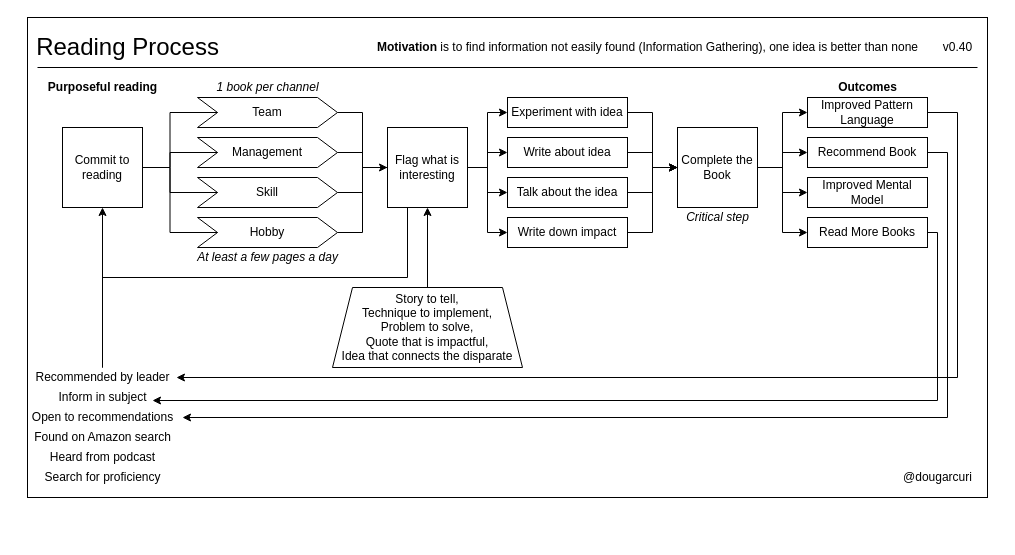
This is books/diagrams/reading-process.drawio from solidi/learning-notes, a draw.io file, before an edit. Source tidied: cells renumbered, new cells numbered last; positions are measured from the earlier drawing's top-left corner, leaving out a move shared by most shapes. Both pictures are drawn from the tidied source at 100%, with x=0, y=0 at pixel (22, 17).
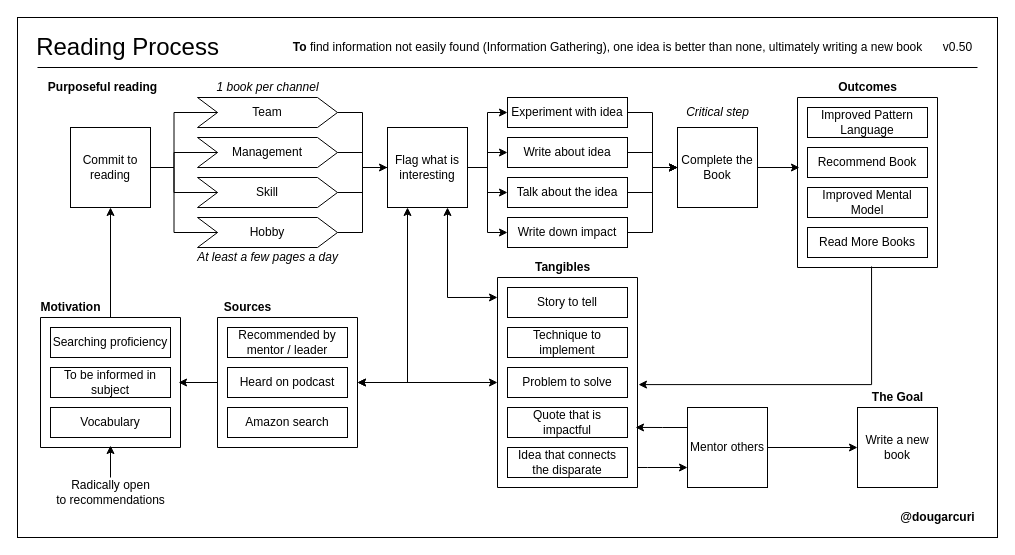
The same diagram, later.

Commit message (it also covers changes not shown here):
Add updates to reading process with motivations and outcomes

The change refers to these unchanged cells:
```xml
<mxCell id="19" value="Flag what is interesting" style="whiteSpace=wrap;html=1;" parent="1" vertex="1">
  <mxGeometry x="365" y="110" width="80" height="80" as="geometry" />
</mxCell>
<mxCell id="50" value="Complete the Book" style="whiteSpace=wrap;html=1;" parent="1" vertex="1">
  <mxGeometry x="655" y="110" width="80" height="80" as="geometry" />
</mxCell>
```

Diff of the diagram source:
```diff
@@
     <mxCell id="2" style="rounded=0;whiteSpace=wrap;html=1;fillColor=none;" parent="1" vertex="1">
-      <mxGeometry x="5" width="960" height="480" as="geometry" />
+      <mxGeometry x="-5" width="980" height="520" as="geometry" />
     </mxCell>
+    <mxCell id="61" style="edgeStyle=orthogonalEdgeStyle;rounded=0;jettySize=auto;html=1;entryX=1.007;entryY=0.51;entryDx=0;entryDy=0;entryPerimeter=0;startArrow=none;startFill=0;endArrow=classic;endFill=1;exitX=0.529;exitY=0.994;exitDx=0;exitDy=0;exitPerimeter=0;" parent="1" edge="1" source="62" target="64">
+      <mxGeometry relative="1" as="geometry">
+        <Array as="points">
+          <mxPoint x="849" y="367" />
+        </Array>
+      </mxGeometry>
+    </mxCell>
+    <mxCell id="62" style="verticalLabelPosition=bottom;verticalAlign=top;html=1;shape=mxgraph.basic.rect;fillColor2=none;strokeWidth=1;size=20;indent=5;fillColor=none;" parent="1" vertex="1">
+      <mxGeometry x="775" y="80" width="140" height="170" as="geometry" />
+    </mxCell>
+    <mxCell id="63" style="edgeStyle=orthogonalEdgeStyle;rounded=0;jettySize=auto;html=1;entryX=0;entryY=0.75;entryDx=0;entryDy=0;startArrow=none;startFill=0;endArrow=classic;endFill=1;" parent="1" edge="1" source="64" target="79">
+      <mxGeometry relative="1" as="geometry">
+        <Array as="points">
+          <mxPoint x="625" y="450" />
+          <mxPoint x="625" y="450" />
+        </Array>
+      </mxGeometry>
+    </mxCell>
+    <mxCell id="64" style="verticalLabelPosition=bottom;verticalAlign=top;html=1;shape=mxgraph.basic.rect;fillColor2=none;strokeWidth=1;size=20;indent=5;fillColor=none;" parent="1" vertex="1">
+      <mxGeometry x="475" y="260" width="140" height="210" as="geometry" />
+    </mxCell>
@@
     <mxCell id="7" value="Commit to reading" style="whiteSpace=wrap;html=1;" parent="1" vertex="1">
-      <mxGeometry x="40" y="110" width="80" height="80" as="geometry" />
+      <mxGeometry x="48" y="110" width="80" height="80" as="geometry" />
     </mxCell>
-    <mxCell id="8" style="edgeStyle=orthogonalEdgeStyle;rounded=0;jettySize=auto;html=1;entryX=0.5;entryY=1;entryDx=0;entryDy=0;endArrow=classic;endFill=1;" parent="1" edge="1" source="9" target="7">
-      <mxGeometry relative="1" as="geometry" />
-    </mxCell>
-    <mxCell id="9" value="Recommended by leader" style="text;html=1;align=center;verticalAlign=middle;points=[];" parent="1" vertex="1">
-      <mxGeometry x="5" y="350" width="150" height="20" as="geometry" />
-    </mxCell>
-    <mxCell id="10" value="Inform in subject" style="text;html=1;align=center;verticalAlign=middle;points=[];" parent="1" vertex="1">
-      <mxGeometry x="30" y="370" width="100" height="20" as="geometry" />
-    </mxCell>
-    <mxCell id="11" value="&lt;b&gt;Motivation &lt;/b&gt;is&amp;nbsp;to find information not easily found (Information Gathering), one idea is better than none" style="text;html=1;align=center;verticalAlign=middle;" parent="1" vertex="1">
-      <mxGeometry x="345" y="20" width="560" height="20" as="geometry" />
+    <mxCell id="11" value="&lt;b&gt;To&lt;/b&gt; find information not easily found (Information Gathering), one idea is better than none, ultimately writing a new book" style="text;html=1;align=center;verticalAlign=middle;" parent="1" vertex="1">
+      <mxGeometry x="265" y="20" width="640" height="20" as="geometry" />
     </mxCell>
@@
-    <mxCell id="14" style="edgeStyle=orthogonalEdgeStyle;rounded=0;jettySize=auto;html=1;exitX=0.25;exitY=1;exitDx=0;exitDy=0;endArrow=none;endFill=0;" parent="1" edge="1" source="19" target="9">
-      <mxGeometry relative="1" as="geometry">
-        <Array as="points">
-          <mxPoint x="385" y="260" />
-          <mxPoint x="80" y="260" />
-        </Array>
-      </mxGeometry>
-    </mxCell>
@@
+    <mxCell id="65" style="edgeStyle=orthogonalEdgeStyle;rounded=0;jettySize=auto;html=1;exitX=0.25;exitY=1;exitDx=0;exitDy=0;entryX=1;entryY=0.5;entryDx=0;entryDy=0;entryPerimeter=0;startArrow=classic;startFill=1;endArrow=classic;endFill=1;" parent="1" edge="1" source="19" target="89">
+      <mxGeometry relative="1" as="geometry" />
+    </mxCell>
@@
-    <mxCell id="24" value="v0.40" style="text;html=1;align=center;verticalAlign=middle;" parent="1" vertex="1">
+    <mxCell id="24" value="v0.50" style="text;html=1;align=center;verticalAlign=middle;" parent="1" vertex="1">
       <mxGeometry x="915" y="20" width="40" height="20" as="geometry" />
     </mxCell>
-    <mxCell id="25" value="@dougarcuri" style="text;html=1;align=center;verticalAlign=middle;" parent="1" vertex="1">
-      <mxGeometry x="875" y="450" width="80" height="20" as="geometry" />
+    <mxCell id="25" value="&lt;b&gt;@dougarcuri&lt;/b&gt;" style="text;html=1;align=center;verticalAlign=middle;" parent="1" vertex="1">
+      <mxGeometry x="870" y="490" width="90" height="20" as="geometry" />
     </mxCell>
@@
+    <mxCell id="66" style="edgeStyle=orthogonalEdgeStyle;rounded=0;jettySize=auto;html=1;entryX=0.5;entryY=0.985;entryDx=0;entryDy=0;entryPerimeter=0;startArrow=none;startFill=0;endArrow=classic;endFill=1;" parent="1" edge="1" source="31" target="83">
+      <mxGeometry relative="1" as="geometry" />
+    </mxCell>
-    <mxCell id="31" value="Open to recommendations" style="text;html=1;align=center;verticalAlign=middle;points=[];" parent="1" vertex="1">
-      <mxGeometry y="390" width="160" height="20" as="geometry" />
+    <mxCell id="31" value="Radically open&lt;br&gt;to recommendations" style="text;html=1;align=center;verticalAlign=middle;points=[];" parent="1" vertex="1">
+      <mxGeometry x="28" y="460" width="120" height="30" as="geometry" />
     </mxCell>
-    <mxCell id="32" value="Found on Amazon search" style="text;html=1;align=center;verticalAlign=middle;" parent="1" vertex="1">
-      <mxGeometry x="5" y="410" width="150" height="20" as="geometry" />
-    </mxCell>
@@
-    <mxCell id="35" value="Heard from podcast" style="text;html=1;align=center;verticalAlign=middle;" parent="1" vertex="1">
-      <mxGeometry x="20" y="430" width="120" height="20" as="geometry" />
-    </mxCell>
-    <mxCell id="36" style="edgeStyle=orthogonalEdgeStyle;rounded=0;jettySize=auto;html=1;exitX=0.5;exitY=0;exitDx=0;exitDy=0;endArrow=classic;endFill=1;" parent="1" edge="1" source="37" target="19">
-      <mxGeometry relative="1" as="geometry" />
-    </mxCell>
-    <mxCell id="37" value="Story to tell,&lt;br&gt;&lt;span&gt;Technique to implement,&lt;br&gt;&lt;/span&gt;&lt;span&gt;Problem to solve,&lt;br&gt;&lt;/span&gt;&lt;span&gt;Quote that is impactful,&lt;br&gt;Idea that connects the disparate&lt;br&gt;&lt;/span&gt;" style="shape=trapezoid;perimeter=trapezoidPerimeter;whiteSpace=wrap;html=1;fixedSize=1;fillColor=none;" parent="1" vertex="1">
-      <mxGeometry x="310" y="270" width="190" height="80" as="geometry" />
-    </mxCell>
@@
-    <mxCell id="39" style="edgeStyle=orthogonalEdgeStyle;rounded=0;jettySize=auto;html=1;exitX=1;exitY=0.5;exitDx=0;exitDy=0;entryX=0.993;entryY=0.5;entryDx=0;entryDy=0;entryPerimeter=0;endArrow=classic;endFill=1;" parent="1" edge="1" source="40" target="9">
-      <mxGeometry relative="1" as="geometry">
-        <Array as="points">
-          <mxPoint x="935" y="95" />
-          <mxPoint x="935" y="360" />
-        </Array>
-      </mxGeometry>
-    </mxCell>
     <mxCell id="40" value="Improved Pattern Language" style="rounded=0;whiteSpace=wrap;html=1;" parent="1" vertex="1">
-      <mxGeometry x="785" y="80" width="120" height="30" as="geometry" />
+      <mxGeometry x="785" y="90" width="120" height="30" as="geometry" />
     </mxCell>
-    <mxCell id="41" style="edgeStyle=orthogonalEdgeStyle;rounded=0;jettySize=auto;html=1;exitX=1;exitY=0.5;exitDx=0;exitDy=0;entryX=1;entryY=0.5;entryDx=0;entryDy=0;entryPerimeter=0;endArrow=classic;endFill=1;" parent="1" edge="1" source="42" target="31">
-      <mxGeometry relative="1" as="geometry" />
-    </mxCell>
     <mxCell id="42" value="Recommend Book" style="rounded=0;whiteSpace=wrap;html=1;" parent="1" vertex="1">
-      <mxGeometry x="785" y="120" width="120" height="30" as="geometry" />
+      <mxGeometry x="785" y="130" width="120" height="30" as="geometry" />
     </mxCell>
     <mxCell id="43" value="Improved Mental Model" style="rounded=0;whiteSpace=wrap;html=1;" parent="1" vertex="1">
-      <mxGeometry x="785" y="160" width="120" height="30" as="geometry" />
+      <mxGeometry x="785" y="170" width="120" height="30" as="geometry" />
     </mxCell>
-    <mxCell id="44" style="edgeStyle=orthogonalEdgeStyle;rounded=0;jettySize=auto;html=1;exitX=1;exitY=0.5;exitDx=0;exitDy=0;entryX=1;entryY=0.65;entryDx=0;entryDy=0;entryPerimeter=0;endArrow=classic;endFill=1;" parent="1" edge="1" source="45" target="10">
-      <mxGeometry relative="1" as="geometry">
-        <Array as="points">
-          <mxPoint x="915" y="215" />
-          <mxPoint x="915" y="383" />
-        </Array>
-      </mxGeometry>
-    </mxCell>
     <mxCell id="45" value="Read More Books" style="rounded=0;whiteSpace=wrap;html=1;" parent="1" vertex="1">
-      <mxGeometry x="785" y="200" width="120" height="30" as="geometry" />
+      <mxGeometry x="785" y="210" width="120" height="30" as="geometry" />
     </mxCell>
-    <mxCell id="46" style="edgeStyle=orthogonalEdgeStyle;rounded=0;jettySize=auto;html=1;exitX=1;exitY=0.5;exitDx=0;exitDy=0;entryX=0;entryY=0.5;entryDx=0;entryDy=0;endArrow=classic;endFill=1;" parent="1" edge="1" source="50" target="40">
-      <mxGeometry relative="1" as="geometry" />
-    </mxCell>
-    <mxCell id="47" style="edgeStyle=orthogonalEdgeStyle;rounded=0;jettySize=auto;html=1;exitX=1;exitY=0.5;exitDx=0;exitDy=0;entryX=0;entryY=0.5;entryDx=0;entryDy=0;endArrow=classic;endFill=1;" parent="1" edge="1" source="50" target="42">
-      <mxGeometry relative="1" as="geometry" />
-    </mxCell>
-    <mxCell id="48" style="edgeStyle=orthogonalEdgeStyle;rounded=0;jettySize=auto;html=1;exitX=1;exitY=0.5;exitDx=0;exitDy=0;entryX=0;entryY=0.5;entryDx=0;entryDy=0;endArrow=classic;endFill=1;" parent="1" edge="1" source="50" target="43">
-      <mxGeometry relative="1" as="geometry" />
-    </mxCell>
-    <mxCell id="49" style="edgeStyle=orthogonalEdgeStyle;rounded=0;jettySize=auto;html=1;exitX=1;exitY=0.5;exitDx=0;exitDy=0;entryX=0;entryY=0.5;entryDx=0;entryDy=0;endArrow=classic;endFill=1;" parent="1" edge="1" source="50" target="45">
-      <mxGeometry relative="1" as="geometry" />
-    </mxCell>
+    <mxCell id="67" style="edgeStyle=orthogonalEdgeStyle;rounded=0;jettySize=auto;html=1;exitX=1;exitY=0.5;exitDx=0;exitDy=0;entryX=0.014;entryY=0.412;entryDx=0;entryDy=0;entryPerimeter=0;startArrow=none;startFill=0;endArrow=classic;endFill=1;" parent="1" edge="1" source="50" target="62">
+      <mxGeometry relative="1" as="geometry" />
+    </mxCell>
@@
     <mxCell id="59" value="&lt;i&gt;Critical step&lt;/i&gt;" style="text;html=1;align=center;verticalAlign=middle;" parent="1" vertex="1">
-      <mxGeometry x="655" y="190" width="80" height="20" as="geometry" />
+      <mxGeometry x="655" y="85" width="80" height="20" as="geometry" />
     </mxCell>
-    <mxCell id="60" value="Search for proficiency" style="text;html=1;align=center;verticalAlign=middle;" parent="1" vertex="1">
-      <mxGeometry x="15" y="450" width="130" height="20" as="geometry" />
-    </mxCell>
+    <mxCell id="68" value="Story to tell" style="rounded=0;whiteSpace=wrap;html=1;" parent="1" vertex="1">
+      <mxGeometry x="485" y="270" width="120" height="30" as="geometry" />
+    </mxCell>
+    <mxCell id="69" value="Technique to implement" style="rounded=0;whiteSpace=wrap;html=1;" parent="1" vertex="1">
+      <mxGeometry x="485" y="310" width="120" height="30" as="geometry" />
+    </mxCell>
+    <mxCell id="70" value="Problem to solve" style="rounded=0;whiteSpace=wrap;html=1;" parent="1" vertex="1">
+      <mxGeometry x="485" y="350" width="120" height="30" as="geometry" />
+    </mxCell>
+    <mxCell id="71" value="Quote that is impactful" style="rounded=0;whiteSpace=wrap;html=1;" parent="1" vertex="1">
+      <mxGeometry x="485" y="390" width="120" height="30" as="geometry" />
+    </mxCell>
+    <mxCell id="72" value="Idea that connects the disparate" style="rounded=0;whiteSpace=wrap;html=1;" parent="1" vertex="1">
+      <mxGeometry x="485" y="430" width="120" height="30" as="geometry" />
+    </mxCell>
+    <mxCell id="73" value="&lt;b&gt;Tangibles&lt;/b&gt;" style="text;html=1;align=center;verticalAlign=middle;" parent="1" vertex="1">
+      <mxGeometry x="505" y="240" width="70" height="20" as="geometry" />
+    </mxCell>
+    <mxCell id="74" style="edgeStyle=orthogonalEdgeStyle;rounded=0;jettySize=auto;html=1;entryX=0.75;entryY=1;entryDx=0;entryDy=0;endArrow=classic;endFill=1;startArrow=classic;startFill=1;exitX=0;exitY=0.095;exitDx=0;exitDy=0;exitPerimeter=0;" parent="1" edge="1" source="64" target="19">
+      <mxGeometry relative="1" as="geometry" />
+    </mxCell>
+    <mxCell id="75" style="edgeStyle=orthogonalEdgeStyle;rounded=0;jettySize=auto;html=1;startArrow=classic;startFill=1;endArrow=classic;endFill=1;" parent="1" edge="1" source="89" target="64">
+      <mxGeometry relative="1" as="geometry" />
+    </mxCell>
+    <mxCell id="76" value="Write a new book" style="whiteSpace=wrap;html=1;" parent="1" vertex="1">
+      <mxGeometry x="835" y="390" width="80" height="80" as="geometry" />
+    </mxCell>
+    <mxCell id="77" style="edgeStyle=orthogonalEdgeStyle;rounded=0;jettySize=auto;html=1;exitX=0;exitY=0.25;exitDx=0;exitDy=0;entryX=0.986;entryY=0.714;entryDx=0;entryDy=0;entryPerimeter=0;startArrow=none;startFill=0;endArrow=classic;endFill=1;" parent="1" edge="1" source="79" target="64">
+      <mxGeometry relative="1" as="geometry" />
+    </mxCell>
+    <mxCell id="78" style="edgeStyle=orthogonalEdgeStyle;rounded=0;jettySize=auto;html=1;exitX=1;exitY=0.5;exitDx=0;exitDy=0;entryX=0;entryY=0.5;entryDx=0;entryDy=0;startArrow=none;startFill=0;endArrow=classic;endFill=1;" parent="1" edge="1" source="79" target="76">
+      <mxGeometry relative="1" as="geometry" />
+    </mxCell>
+    <mxCell id="79" value="Mentor others" style="whiteSpace=wrap;html=1;" parent="1" vertex="1">
+      <mxGeometry x="665" y="390" width="80" height="80" as="geometry" />
+    </mxCell>
+    <mxCell id="80" value="&lt;b&gt;The Goal&lt;/b&gt;" style="text;html=1;align=center;verticalAlign=middle;" parent="1" vertex="1">
+      <mxGeometry x="840" y="370" width="70" height="20" as="geometry" />
+    </mxCell>
+    <mxCell id="81" style="edgeStyle=orthogonalEdgeStyle;rounded=0;jettySize=auto;html=1;startArrow=none;startFill=0;endArrow=classic;endFill=1;" parent="1" edge="1" source="83" target="7">
+      <mxGeometry relative="1" as="geometry" />
+    </mxCell>
+    <mxCell id="82" style="group;" parent="1" vertex="1">
+      <mxGeometry x="8" y="280" width="150" height="150" as="geometry" />
+    </mxCell>
+    <mxCell id="83" style="verticalLabelPosition=bottom;verticalAlign=top;html=1;shape=mxgraph.basic.rect;fillColor2=none;strokeWidth=1;size=20;indent=5;fillColor=none;" parent="82" vertex="1">
+      <mxGeometry x="10" y="20" width="140" height="130" as="geometry" />
+    </mxCell>
+    <mxCell id="84" value="&lt;b&gt;Motivation&lt;/b&gt;" style="text;html=1;align=center;verticalAlign=middle;" parent="82" vertex="1">
+      <mxGeometry width="80" height="20" as="geometry" />
+    </mxCell>
+    <mxCell id="85" value="Searching proficiency" style="rounded=0;whiteSpace=wrap;html=1;" parent="82" vertex="1">
+      <mxGeometry x="20" y="30" width="120" height="30" as="geometry" />
+    </mxCell>
+    <mxCell id="86" value="To be informed in subject" style="rounded=0;whiteSpace=wrap;html=1;" parent="82" vertex="1">
+      <mxGeometry x="20" y="70" width="120" height="30" as="geometry" />
+    </mxCell>
+    <mxCell id="87" value="Vocabulary" style="rounded=0;whiteSpace=wrap;html=1;" parent="82" vertex="1">
+      <mxGeometry x="20" y="110" width="120" height="30" as="geometry" />
+    </mxCell>
+    <mxCell id="88" style="edgeStyle=orthogonalEdgeStyle;rounded=0;jettySize=auto;html=1;entryX=0.986;entryY=0.5;entryDx=0;entryDy=0;entryPerimeter=0;startArrow=none;startFill=0;endArrow=classic;endFill=1;" parent="1" edge="1" source="89" target="83">
+      <mxGeometry relative="1" as="geometry" />
+    </mxCell>
+    <mxCell id="89" style="verticalLabelPosition=bottom;verticalAlign=top;html=1;shape=mxgraph.basic.rect;fillColor2=none;strokeWidth=1;size=20;indent=5;fillColor=none;" parent="1" vertex="1">
+      <mxGeometry x="195" y="300" width="140" height="130" as="geometry" />
+    </mxCell>
+    <mxCell id="90" value="&lt;b&gt;Sources&lt;/b&gt;" style="text;html=1;align=center;verticalAlign=middle;" parent="1" vertex="1">
+      <mxGeometry x="195" y="280" width="60" height="20" as="geometry" />
+    </mxCell>
+    <mxCell id="91" value="Recommended by mentor / leader" style="rounded=0;whiteSpace=wrap;html=1;" parent="1" vertex="1">
+      <mxGeometry x="205" y="310" width="120" height="30" as="geometry" />
+    </mxCell>
+    <mxCell id="92" value="Heard on podcast" style="rounded=0;whiteSpace=wrap;html=1;" parent="1" vertex="1">
+      <mxGeometry x="205" y="350" width="120" height="30" as="geometry" />
+    </mxCell>
+    <mxCell id="93" value="Amazon search" style="rounded=0;whiteSpace=wrap;html=1;" parent="1" vertex="1">
+      <mxGeometry x="205" y="390" width="120" height="30" as="geometry" />
+    </mxCell>
```
